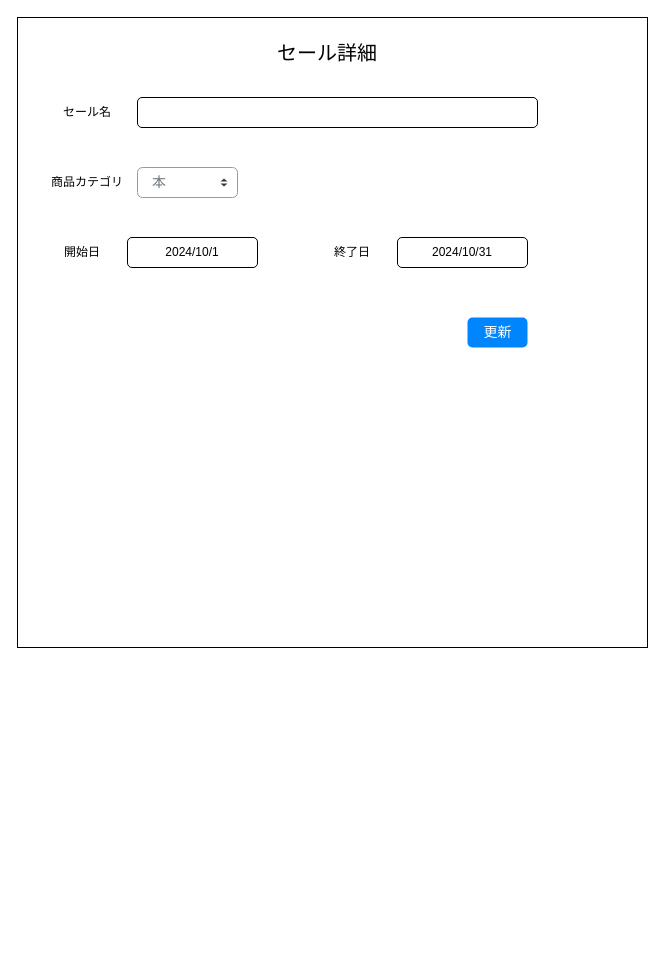
Earlier version of the draw.io diagram page "詳細画面" (2 of 3) of web-apps/sale_notification/docs/画面設計書/一覧画面.dio (mytysoldier/portfolios). Source tidied: cells renumbered, new cells numbered last; positions are measured from the earlier drawing's top-left corner, leaving out a move shared by most shapes. Both pictures are drawn from the tidied source at 100%, with x=0, y=0 at pixel (17, 17).
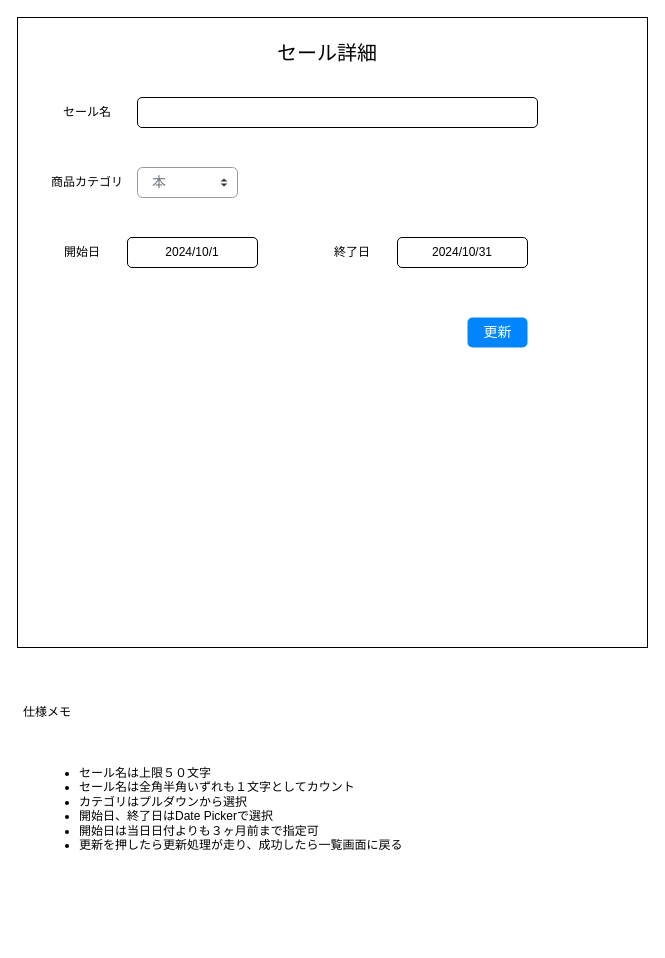
After the change.

Diff of the diagram source:
```diff
@@
 <mxGraphModel>
   <root>
     <mxCell id="0" />
     <mxCell id="1" parent="0" />
     <mxCell id="2" style="whiteSpace=wrap;html=1;" parent="1" vertex="1">
       <mxGeometry width="630" height="630" as="geometry" />
     </mxCell>
     <mxCell id="3" value="セール名" style="text;html=1;strokeColor=none;fillColor=none;align=center;verticalAlign=middle;whiteSpace=wrap;rounded=0;" parent="1" vertex="1">
       <mxGeometry x="40" y="80" width="60" height="30" as="geometry" />
     </mxCell>
     <mxCell id="4" value="セール詳細" style="text;html=1;strokeColor=none;fillColor=none;align=center;verticalAlign=middle;whiteSpace=wrap;rounded=0;fontSize=20;" parent="1" vertex="1">
       <mxGeometry x="250" y="20" width="120" height="30" as="geometry" />
     </mxCell>
     <mxCell id="5" style="rounded=1;whiteSpace=wrap;html=1;fontSize=20;" parent="1" vertex="1">
       <mxGeometry x="120" y="80" width="400" height="30" as="geometry" />
     </mxCell>
     <mxCell id="6" value="更新" style="html=1;shadow=0;dashed=0;shape=mxgraph.bootstrap.rrect;rSize=5;fillColor=#0085FC;strokeColor=none;align=center;spacing=15;fontSize=14;fontColor=#ffffff;sketch=0;" parent="1" vertex="1">
       <mxGeometry x="450" y="300" width="60" height="30" as="geometry" />
     </mxCell>
     <mxCell id="7" value="開始日" style="text;html=1;strokeColor=none;fillColor=none;align=center;verticalAlign=middle;whiteSpace=wrap;rounded=0;" parent="1" vertex="1">
       <mxGeometry x="30" y="220" width="70" height="30" as="geometry" />
     </mxCell>
     <mxCell id="8" value="2024/10/1" style="rounded=1;whiteSpace=wrap;html=1;fontSize=12;" parent="1" vertex="1">
       <mxGeometry x="110" y="220" width="130" height="30" as="geometry" />
     </mxCell>
     <mxCell id="9" value="商品カテゴリ" style="text;html=1;strokeColor=none;fillColor=none;align=center;verticalAlign=middle;whiteSpace=wrap;rounded=0;" parent="1" vertex="1">
       <mxGeometry x="30" y="150" width="80" height="30" as="geometry" />
     </mxCell>
     <mxCell id="10" value="本" style="html=1;shadow=0;dashed=0;shape=mxgraph.bootstrap.rrect;rSize=5;fillColor=#ffffff;strokeColor=#999999;align=left;spacing=15;fontSize=14;fontColor=#6C767D;" parent="1" vertex="1">
       <mxGeometry x="120" y="150" width="100" height="30" as="geometry" />
     </mxCell>
     <mxCell id="11" style="shape=triangle;direction=south;fillColor=#343A40;strokeColor=none;perimeter=none;sketch=0;fontSize=20;" parent="10" vertex="1">
       <mxGeometry x="1" y="0.5" width="7" height="3" relative="1" as="geometry">
         <mxPoint x="-17" y="1" as="offset" />
       </mxGeometry>
     </mxCell>
     <mxCell id="12" style="shape=triangle;direction=north;fillColor=#343A40;strokeColor=none;perimeter=none;sketch=0;fontSize=20;" parent="10" vertex="1">
       <mxGeometry x="1" y="0.5" width="7" height="3" relative="1" as="geometry">
         <mxPoint x="-17" y="-4" as="offset" />
       </mxGeometry>
     </mxCell>
     <mxCell id="13" value="終了日" style="text;html=1;strokeColor=none;fillColor=none;align=center;verticalAlign=middle;whiteSpace=wrap;rounded=0;" parent="1" vertex="1">
       <mxGeometry x="300" y="220" width="70" height="30" as="geometry" />
     </mxCell>
     <mxCell id="14" value="2024/10/31" style="rounded=1;whiteSpace=wrap;html=1;fontSize=12;" parent="1" vertex="1">
       <mxGeometry x="380" y="220" width="130" height="30" as="geometry" />
     </mxCell>
+    <mxCell id="15" value="仕様メモ" style="text;html=1;strokeColor=none;fillColor=none;align=center;verticalAlign=middle;whiteSpace=wrap;rounded=0;" parent="1" vertex="1">
+      <mxGeometry y="680" width="60" height="30" as="geometry" />
+    </mxCell>
+    <mxCell id="16" value="&lt;ul&gt;&lt;li&gt;セール名は上限５０文字&lt;/li&gt;&lt;li&gt;セール名は全角半角いずれも１文字としてカウント&lt;/li&gt;&lt;li&gt;カテゴリはプルダウンから選択&lt;/li&gt;&lt;li&gt;開始日、終了日はDate Pickerで選択&lt;/li&gt;&lt;li&gt;開始日は当日日付よりも３ヶ月前まで指定可&lt;/li&gt;&lt;li&gt;更新を押したら更新処理が走り、成功したら一覧画面に戻る&lt;/li&gt;&lt;/ul&gt;" style="text;strokeColor=none;fillColor=none;html=1;whiteSpace=wrap;verticalAlign=top;overflow=hidden;" parent="1" vertex="1">
+      <mxGeometry x="20" y="730" width="590" height="190" as="geometry" />
+    </mxCell>
   </root>
 </mxGraphModel>
```
